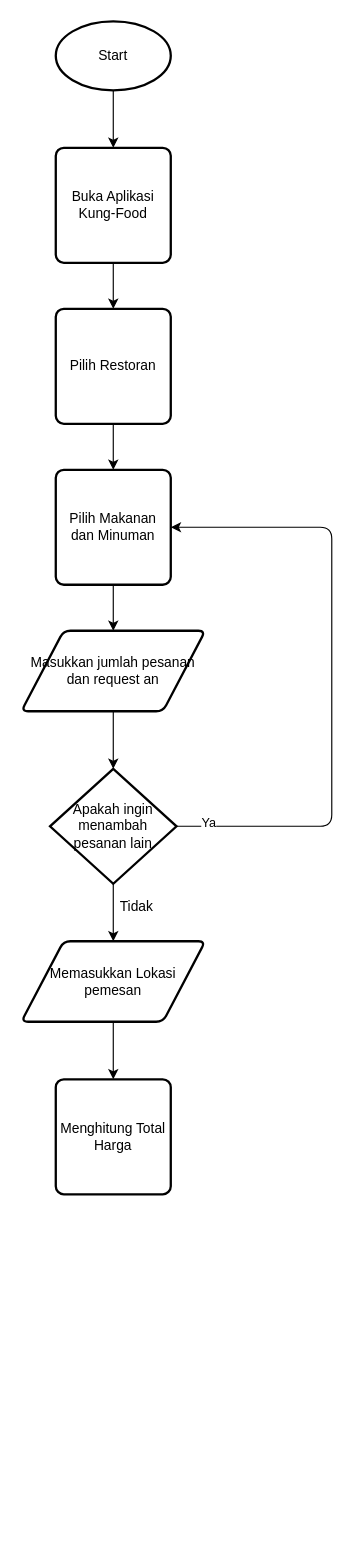
christianasc30/Christian_Antonio-Food_Order_App keeps this draw.io diagram as flowchart.drawio. Above is the earlier version. Source tidied: cells renumbered, new cells numbered last; positions are measured from the earlier drawing's top-left corner, leaving out a move shared by most shapes. Both pictures are drawn from the tidied source at 115%, with x=0, y=0 at pixel (21, 21).
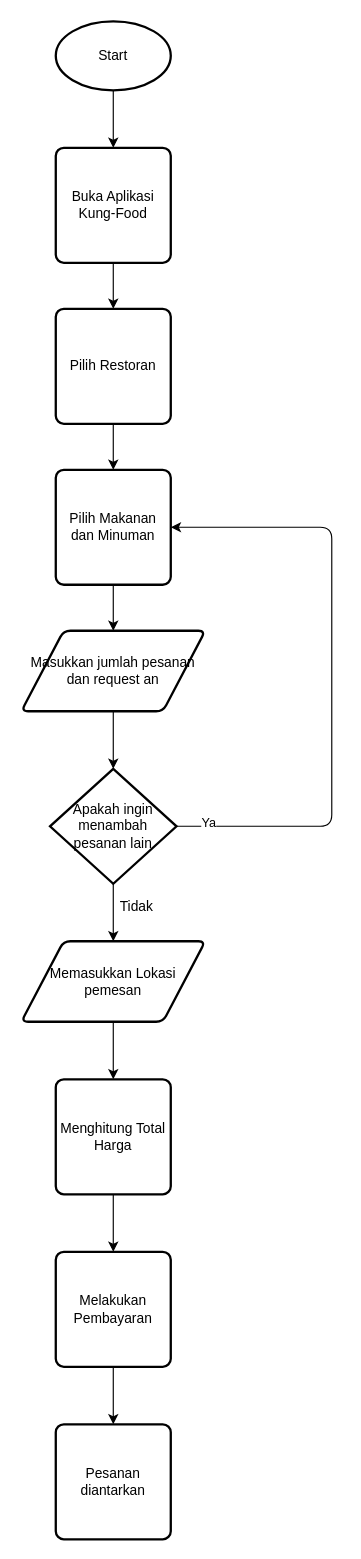
Above is the later version.

Commit message:
menambahkan variabel pembayaran dan pengantaran makanan

Unchanged cells that the change refers to:
```xml
<mxCell id="19" value="Menghitung Total Harga" style="rounded=1;whiteSpace=wrap;html=1;absoluteArcSize=1;arcSize=14;strokeWidth=2;" parent="1" vertex="1">
  <mxGeometry x="30" y="920" width="100" height="100" as="geometry" />
</mxCell>
```

What changed in the source:
```diff
@@
+    <mxCell id="20" style="edgeStyle=none;html=1;exitX=0.5;exitY=1;exitDx=0;exitDy=0;entryX=0.5;entryY=0;entryDx=0;entryDy=0;" parent="1" edge="1" source="19" target="22">
+      <mxGeometry relative="1" as="geometry" />
+    </mxCell>
@@
+    <mxCell id="21" style="edgeStyle=none;html=1;exitX=0.5;exitY=1;exitDx=0;exitDy=0;entryX=0.5;entryY=0;entryDx=0;entryDy=0;" parent="1" edge="1" source="22" target="23">
+      <mxGeometry relative="1" as="geometry" />
+    </mxCell>
+    <mxCell id="22" value="Melakukan Pembayaran" style="rounded=1;whiteSpace=wrap;html=1;absoluteArcSize=1;arcSize=14;strokeWidth=2;" parent="1" vertex="1">
+      <mxGeometry x="30" y="1070" width="100" height="100" as="geometry" />
+    </mxCell>
+    <mxCell id="23" value="Pesanan diantarkan" style="rounded=1;whiteSpace=wrap;html=1;absoluteArcSize=1;arcSize=14;strokeWidth=2;" parent="1" vertex="1">
+      <mxGeometry x="30" y="1220" width="100" height="100" as="geometry" />
+    </mxCell>
```
